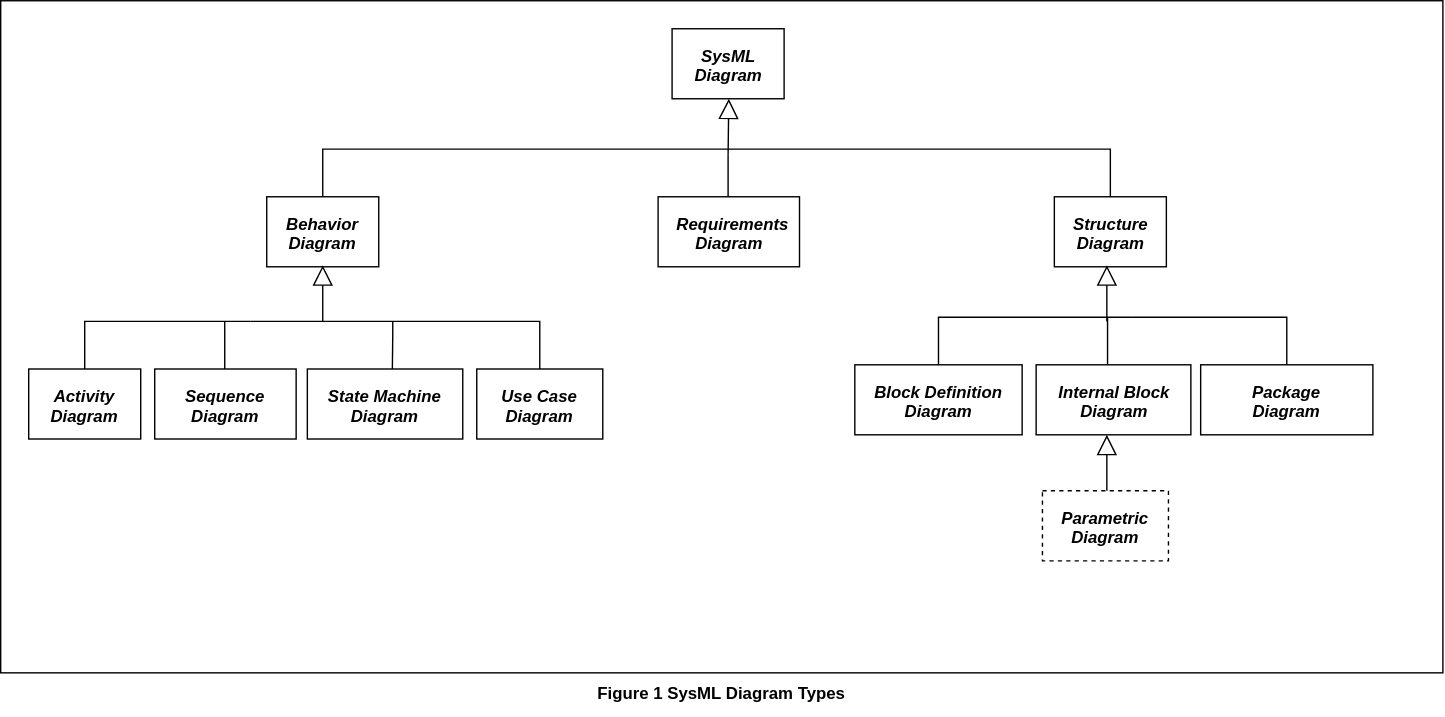
JeffreyWerth/AWS-Architecture-Model-Repository keeps this draw.io diagram as Views/SysML_Diagrams.svg. Above is the earlier version. Source tidied: cells renumbered, new cells last; positions are measured from the earlier drawing's top-left corner, leaving out a move shared by most shapes.
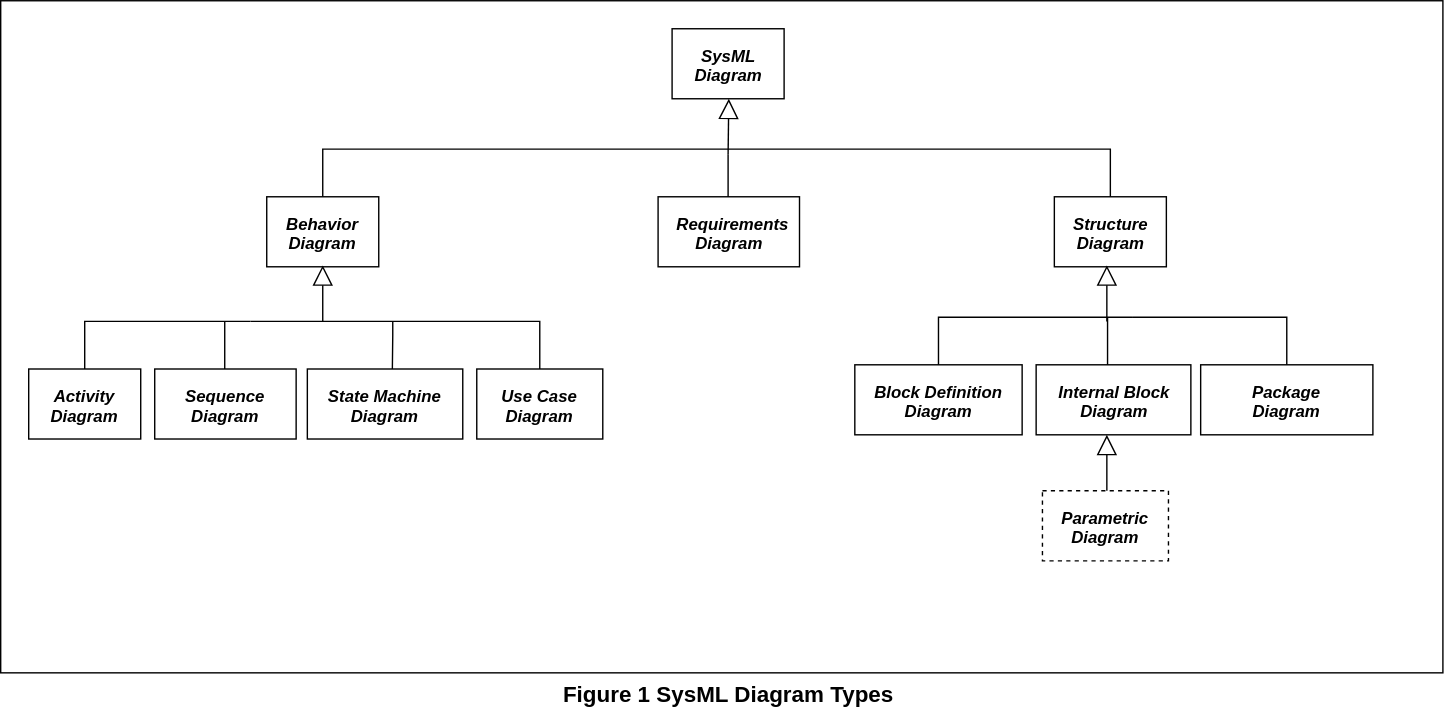
Above is the later version.

What changed in the source:
```diff
@@ -47,8 +47,8 @@
         </Array>
       </mxGeometry>
     </mxCell>
-    <mxCell id="11" value="Figure 1 SysML Diagram Types" style="text;html=1;strokeColor=none;fillColor=none;align=center;verticalAlign=middle;whiteSpace=wrap;rounded=0;fontStyle=1;" parent="1" vertex="1">
-      <mxGeometry x="420" y="480" width="190" height="30" as="geometry" />
+    <mxCell id="11" value="&lt;font style=&quot;font-size: 16px;&quot;&gt;Figure 1 SysML Diagram Types&lt;/font&gt;" style="text;html=1;strokeColor=none;fillColor=none;align=center;verticalAlign=middle;whiteSpace=wrap;rounded=0;fontStyle=1;" parent="1" vertex="1">
+      <mxGeometry x="399.5" y="480" width="240" height="30" as="geometry" />
     </mxCell>
     <mxCell id="12" value="&lt;p style=&quot;margin: 13px&quot;&gt;&lt;b&gt;&lt;i&gt;Activity Diagram&lt;/i&gt;&lt;/b&gt;&lt;/p&gt;" style="shape=rect;html=1;overflow=fill;whiteSpace=wrap;align=center;" parent="1" vertex="1">
       <mxGeometry x="20" y="263" width="80" height="50" as="geometry" />
```
